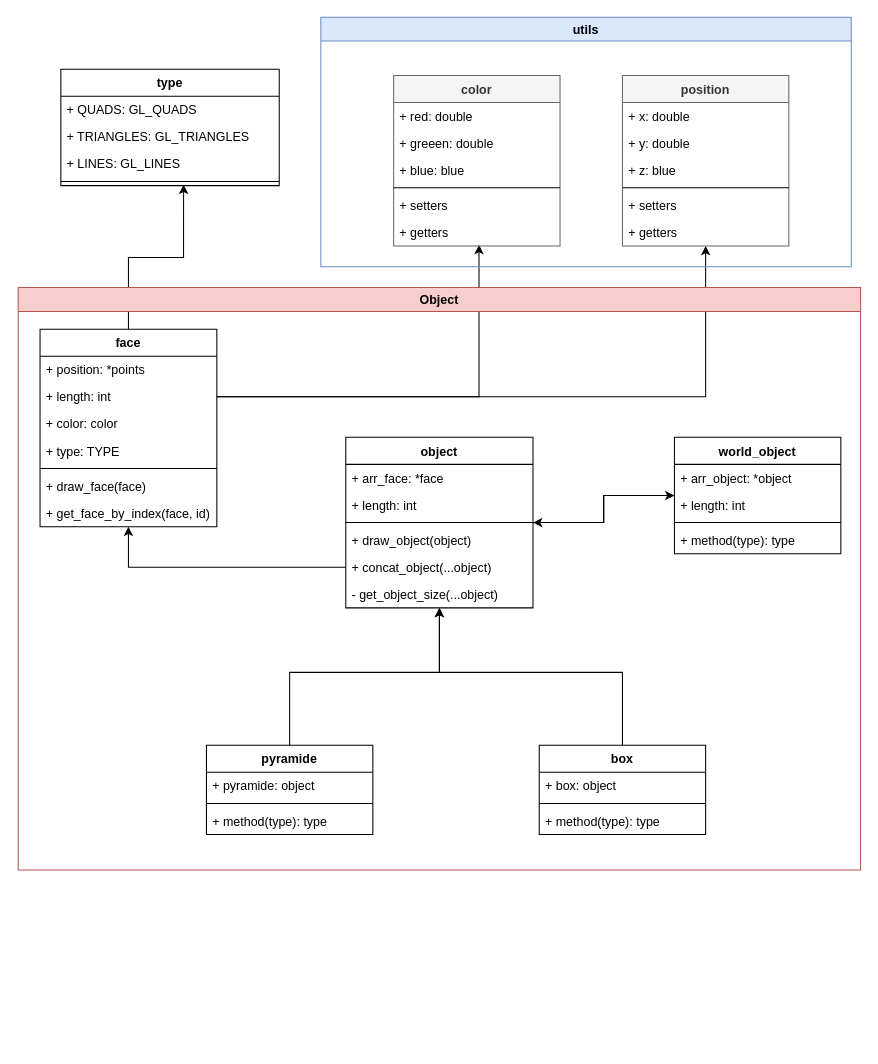
This is docs/UML/src/UML_object.drawio from zestones/EinVolution, a draw.io file, before an edit. Source tidied: cells renumbered, new cells numbered last; positions are measured from the earlier drawing's top-left corner, leaving out a move shared by most shapes. Both pictures are drawn from the tidied source at 104%, with x=0, y=0 at pixel (18, 17).
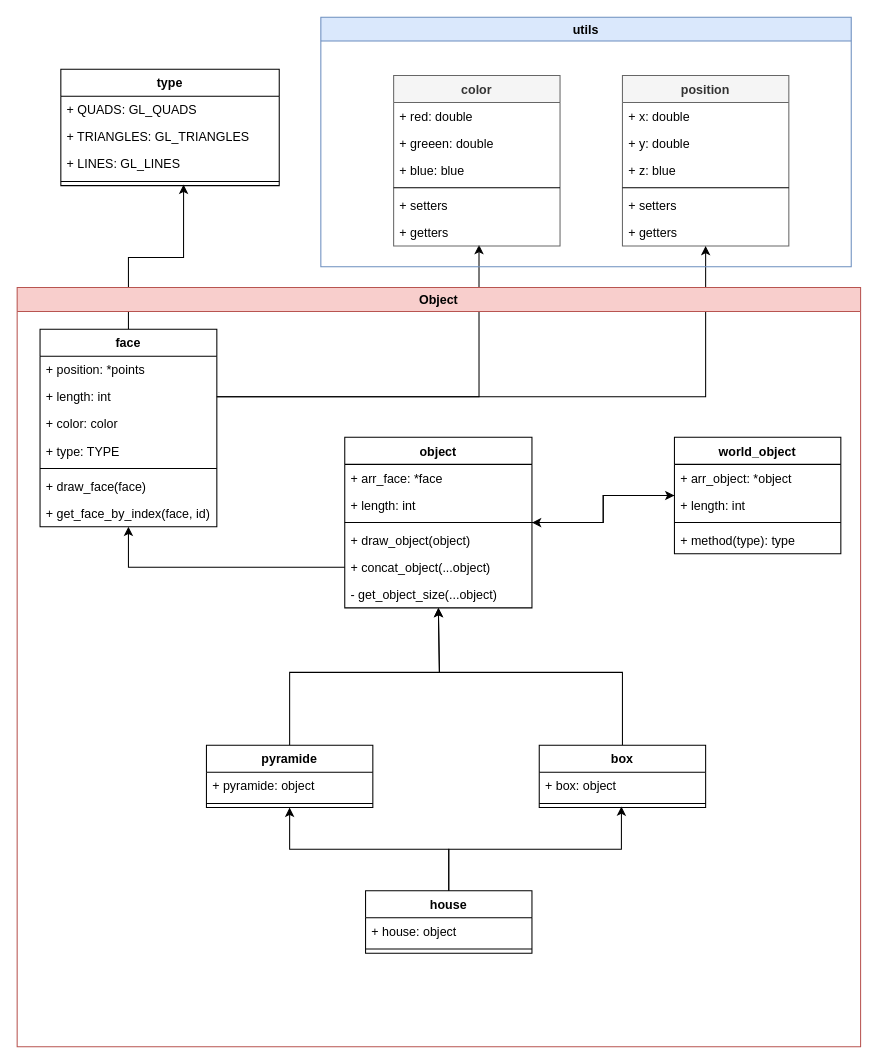
The same page after the edit.

Unchanged cells that the change refers to:
```xml
<mxCell id="10" style="line;strokeWidth=1;fillColor=none;align=left;verticalAlign=middle;spacingTop=-1;spacingLeft=3;spacingRight=3;labelPosition=right;points=[];portConstraint=eastwest;" parent="8" vertex="1">
  <mxGeometry y="52" width="160" height="8" as="geometry" />
</mxCell>
```

The edit, as a diff of the source:
```diff
@@
     <mxCell id="3" value="pyramide" style="swimlane;fontStyle=1;align=center;verticalAlign=top;horizontal=1;startSize=26;" parent="1" vertex="1">
-      <mxGeometry x="181" y="700" width="160" height="86" as="geometry" />
+      <mxGeometry x="181" y="700" width="160" height="60" as="geometry" />
     </mxCell>
@@
-    <mxCell id="6" value="+ method(type): type" style="text;strokeColor=none;fillColor=none;align=left;verticalAlign=top;spacingLeft=4;spacingRight=4;overflow=hidden;" parent="3" vertex="1">
-      <mxGeometry y="60" width="160" height="26" as="geometry" />
-    </mxCell>
@@
     <mxCell id="8" value="box" style="swimlane;fontStyle=1;align=center;verticalAlign=top;horizontal=1;startSize=26;" parent="1" vertex="1">
-      <mxGeometry x="501" y="700" width="160" height="86" as="geometry" />
+      <mxGeometry x="501" y="700" width="160" height="60" as="geometry" />
     </mxCell>
@@
-    <mxCell id="11" value="+ method(type): type" style="text;strokeColor=none;fillColor=none;align=left;verticalAlign=top;spacingLeft=4;spacingRight=4;overflow=hidden;" parent="8" vertex="1">
-      <mxGeometry y="60" width="160" height="26" as="geometry" />
-    </mxCell>
@@
     <mxCell id="50" value="Object" style="swimlane;fillColor=#f8cecc;strokeColor=#b85450;" parent="1" vertex="1">
-      <mxGeometry y="260" width="810" height="560" as="geometry" />
+      <mxGeometry x="-1" y="260" width="811" height="730" as="geometry" />
     </mxCell>
@@
+    <mxCell id="59" value="house" style="swimlane;fontStyle=1;align=center;verticalAlign=top;horizontal=1;startSize=26;" parent="50" vertex="1">
+      <mxGeometry x="335" y="580" width="160" height="60" as="geometry" />
+    </mxCell>
+    <mxCell id="60" value="+ house: object" style="text;strokeColor=none;fillColor=none;align=left;verticalAlign=top;spacingLeft=4;spacingRight=4;overflow=hidden;" parent="59" vertex="1">
+      <mxGeometry y="26" width="160" height="26" as="geometry" />
+    </mxCell>
+    <mxCell id="61" style="line;strokeWidth=1;fillColor=none;align=left;verticalAlign=middle;spacingTop=-1;spacingLeft=3;spacingRight=3;labelPosition=right;" parent="59" vertex="1">
+      <mxGeometry y="52" width="160" height="8" as="geometry" />
+    </mxCell>
@@
+    <mxCell id="62" style="edgeStyle=orthogonalEdgeStyle;rounded=0;jettySize=auto;html=1;entryX=0.5;entryY=1;entryDx=0;entryDy=0;" parent="1" edge="1" source="59" target="3">
+      <mxGeometry relative="1" as="geometry" />
+    </mxCell>
+    <mxCell id="63" style="edgeStyle=orthogonalEdgeStyle;rounded=0;jettySize=auto;html=1;entryX=0.494;entryY=0.875;entryDx=0;entryDy=0;entryPerimeter=0;" parent="1" edge="1" source="59" target="10">
+      <mxGeometry relative="1" as="geometry" />
+    </mxCell>
```
